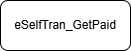
Before: 交易流程圖.png, a diagram exported from draw.io (AXQuestion/-). Source tidied: cells renumbered, new cells last; positions are measured from the earlier drawing's top-left corner, leaving out a move shared by most shapes. Its diagram source:
```xml
<mxGraphModel>
  <root>
    <mxCell id="0" />
    <mxCell id="1" parent="0" />
    <mxCell id="2" value="eSelfTran_GetPaid" style="rounded=1;whiteSpace=wrap;html=1;" parent="1" vertex="1">
      <mxGeometry width="130" height="50" as="geometry" />
    </mxCell>
  </root>
</mxGraphModel>
```
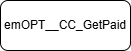
The same file after the commit.

Commit message:
更新交易流程圖.png

The edit, as a diff of the source:
```diff
@@ -2,7 +2,7 @@
   <root>
     <mxCell id="0" />
     <mxCell id="1" parent="0" />
-    <mxCell id="2" value="eSelfTran_GetPaid" style="rounded=1;whiteSpace=wrap;html=1;" parent="1" vertex="1">
+    <mxCell id="2" value="emOPT__CC_GetPaid" style="rounded=1;whiteSpace=wrap;html=1;" parent="1" vertex="1">
       <mxGeometry width="130" height="50" as="geometry" />
     </mxCell>
   </root>
```
